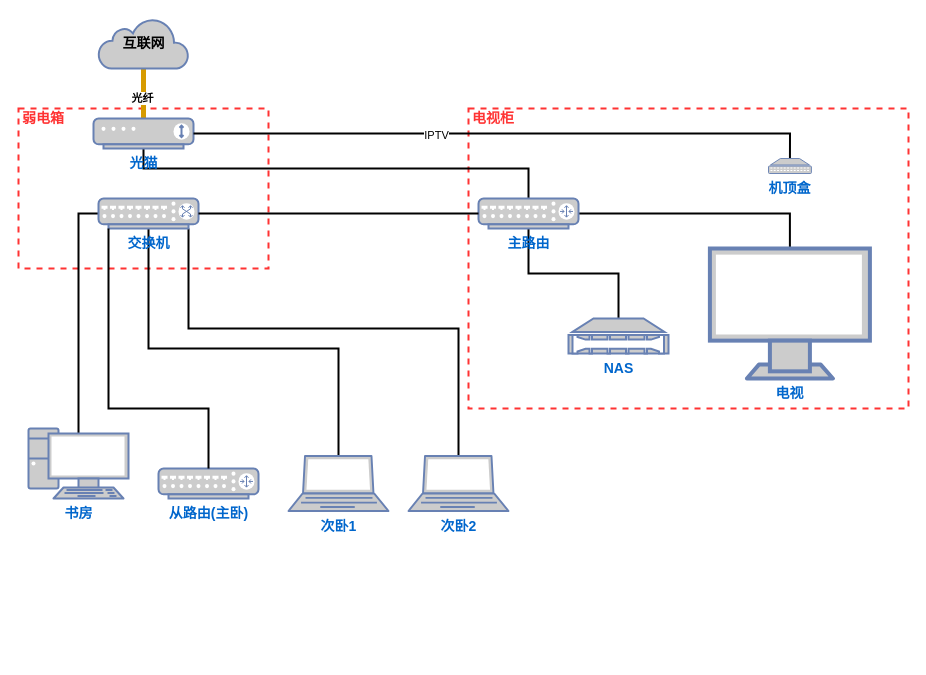
The draw.io diagram 网络拓扑.drawio in Everboat/MindMap, before the edit. Source tidied: cells renumbered, new cells numbered last; positions are measured from the earlier drawing's top-left corner, leaving out a move shared by most shapes. Both pictures are drawn from the tidied source at 100%, with x=0, y=0 at pixel (18, 18).
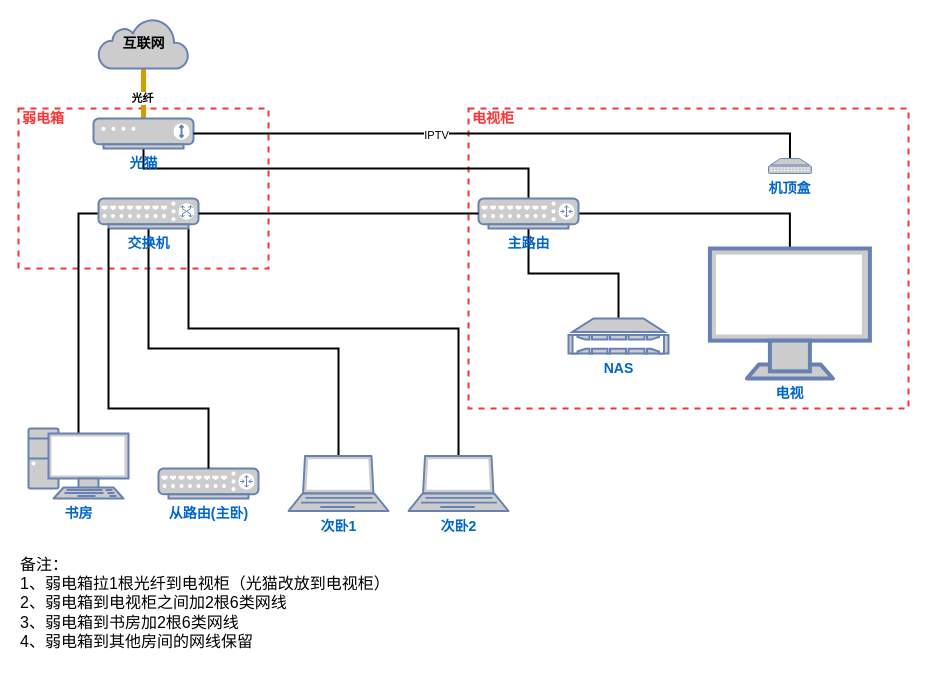
The same diagram, later.

Commit message:
更新网络拓扑.drawio

The edit, as a diff of the source:
```diff
@@
+    <mxCell id="27" value="&lt;font style=&quot;font-size: 16px;&quot;&gt;备注：&lt;/font&gt;&lt;br style=&quot;font-size: 16px;&quot;&gt;&lt;div style=&quot;font-size: 16px;&quot;&gt;&lt;font style=&quot;font-size: 16px;&quot;&gt;&lt;font style=&quot;font-size: 16px;&quot;&gt;1、&lt;/font&gt;&lt;font style=&quot;font-size: 16px;&quot;&gt;弱电箱拉1根光纤到电视柜（光猫改放到电视柜）&lt;/font&gt;&lt;/font&gt;&lt;/div&gt;&lt;div style=&quot;font-size: 16px;&quot;&gt;&lt;font style=&quot;font-size: 16px;&quot;&gt;&lt;font style=&quot;font-size: 16px;&quot;&gt;2、弱电箱到电视柜之间加2根6类网线&lt;/font&gt;&lt;/font&gt;&lt;/div&gt;&lt;div style=&quot;font-size: 16px;&quot;&gt;&lt;font style=&quot;font-size: 16px;&quot;&gt;&lt;font style=&quot;font-size: 16px;&quot;&gt;3、弱电箱到书房加2根6类网线&lt;/font&gt;&lt;/font&gt;&lt;/div&gt;&lt;div style=&quot;font-size: 16px;&quot;&gt;&lt;font style=&quot;font-size: 16px;&quot;&gt;&lt;font style=&quot;font-size: 16px;&quot;&gt;4、弱电箱到其他房间的网线保留&lt;br style=&quot;font-size: 16px;&quot;&gt;&lt;/font&gt;&lt;/font&gt;&lt;/div&gt;" style="text;html=1;align=left;verticalAlign=top;strokeColor=none;fillColor=none;fontSize=16;spacingTop=0;" parent="1" vertex="1">
+      <mxGeometry y="530" width="390" height="110" as="geometry" />
+    </mxCell>
```
